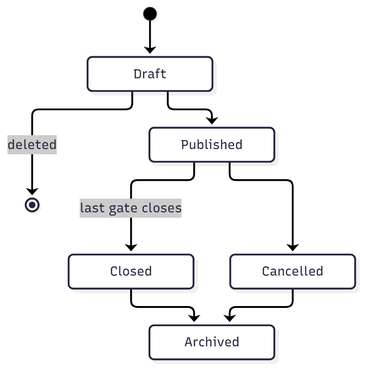
Before: doc/diagrams/v1/07-event-states.png, a diagram exported from Mermaid (kreativesahara/ticket). Its source is kept beside it as doc/diagrams/v1/07-event-states.mmd.
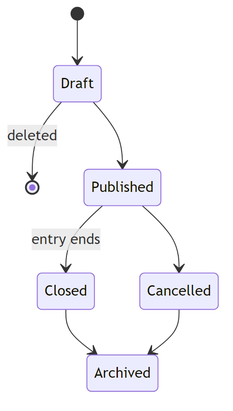
After the commit.

Change to the diagram source:
```diff
@@ -2,7 +2,7 @@
     [*] --> Draft
     Draft --> [*] : deleted
     Draft --> Published
-    Published --> Closed : last gate closes
+    Published --> Closed : entry ends
     Published --> Cancelled
     Closed --> Archived
     Cancelled --> Archived
```
